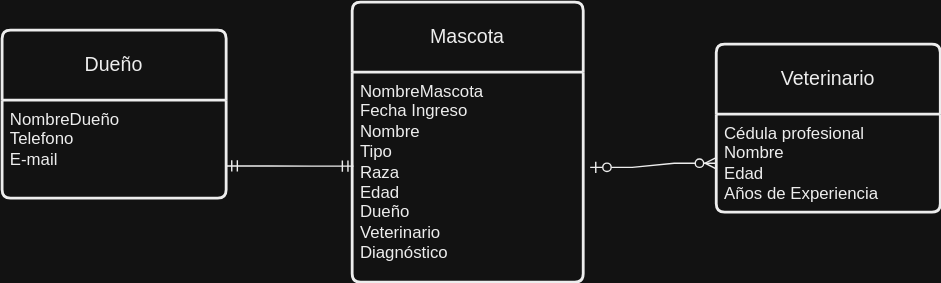
The draw.io diagram veterinariaHJ.svg in HandresJ/disenoSQL, before a commit. Source tidied: cells renumbered, new cells last; positions are measured from the earlier drawing's top-left corner, leaving out a move shared by most shapes.
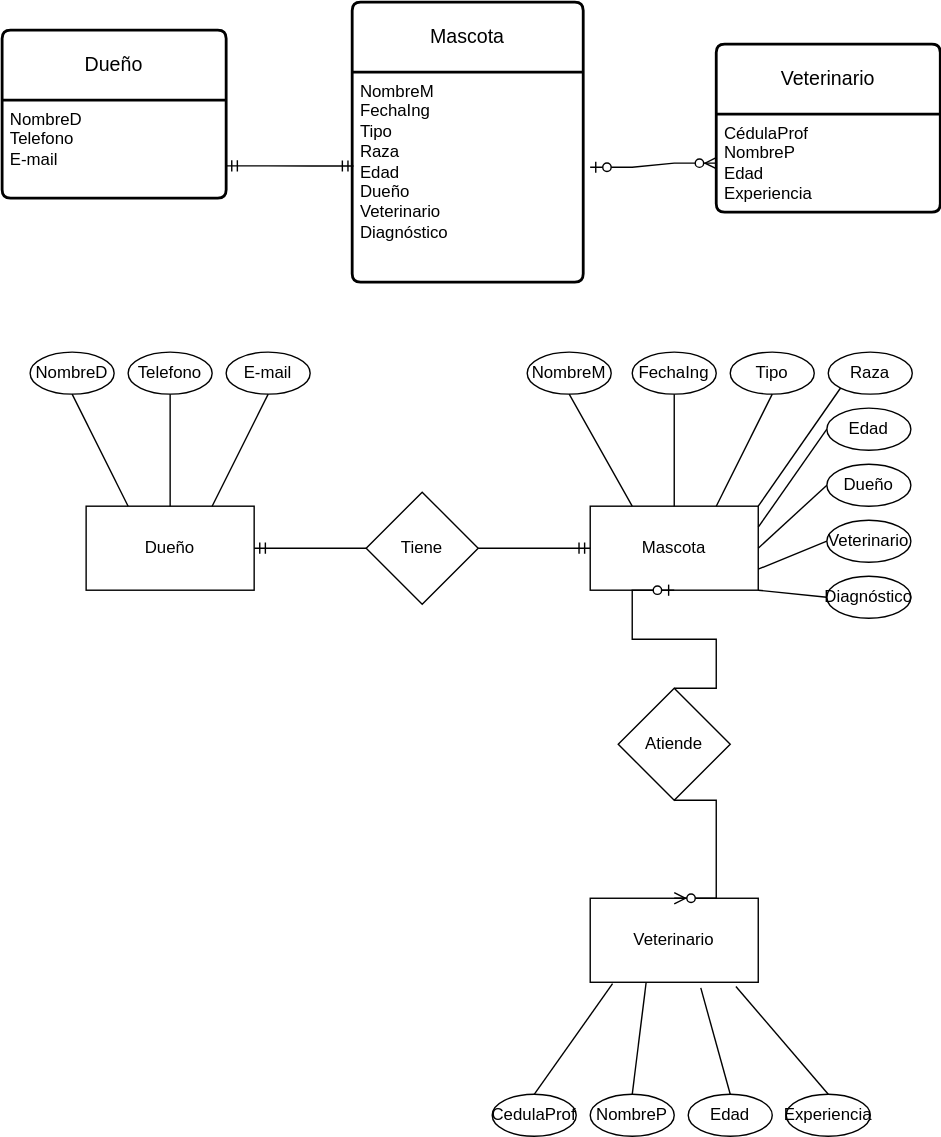
Above is the later version.

Change to the diagram source:
```diff
@@ -5,19 +5,19 @@
     <mxCell id="2" value="Dueño" style="swimlane;horizontal=1;startSize=50;rounded=1;fontSize=14;fontStyle=0;strokeWidth=2;shadow=0;dashed=0;align=center;arcSize=4;whiteSpace=wrap;html=1;" parent="1" vertex="1">
       <mxGeometry y="20" width="160" height="120" as="geometry" />
     </mxCell>
-    <mxCell id="3" value="NombreDueño&lt;br style=&quot;border-color: var(--border-color); padding: 0px; margin: 0px;&quot;&gt;Telefono&lt;br style=&quot;border-color: var(--border-color); padding: 0px; margin: 0px;&quot;&gt;E-mail" style="align=left;strokeColor=none;fillColor=none;spacingLeft=4;fontSize=12;verticalAlign=top;html=1;" parent="2" vertex="1">
+    <mxCell id="3" value="NombreD&lt;br&gt;Telefono&lt;br style=&quot;border-color: var(--border-color); padding: 0px; margin: 0px;&quot;&gt;E-mail" style="align=left;strokeColor=none;fillColor=none;spacingLeft=4;fontSize=12;verticalAlign=top;html=1;" parent="2" vertex="1">
       <mxGeometry y="50" width="160" height="70" as="geometry" />
     </mxCell>
     <mxCell id="4" value="Mascota" style="swimlane;horizontal=1;startSize=50;rounded=1;fontSize=14;fontStyle=0;strokeWidth=2;shadow=0;dashed=0;align=center;arcSize=4;whiteSpace=wrap;html=1;" parent="1" vertex="1">
       <mxGeometry x="250" width="165" height="200" as="geometry" />
     </mxCell>
-    <mxCell id="5" value="NombreMascota&lt;br style=&quot;border-color: var(--border-color); padding: 0px; margin: 0px;&quot;&gt;Fecha Ingreso&lt;br style=&quot;border-color: var(--border-color); padding: 0px; margin: 0px;&quot;&gt;Nombre&lt;br style=&quot;border-color: var(--border-color); padding: 0px; margin: 0px;&quot;&gt;Tipo&lt;br style=&quot;border-color: var(--border-color); padding: 0px; margin: 0px;&quot;&gt;Raza&lt;br style=&quot;border-color: var(--border-color); padding: 0px; margin: 0px;&quot;&gt;Edad&lt;br style=&quot;border-color: var(--border-color); padding: 0px; margin: 0px;&quot;&gt;Dueño&lt;br style=&quot;border-color: var(--border-color); padding: 0px; margin: 0px;&quot;&gt;Veterinario&lt;br style=&quot;border-color: var(--border-color); padding: 0px; margin: 0px;&quot;&gt;Diagnóstico" style="align=left;strokeColor=none;fillColor=none;spacingLeft=4;fontSize=12;verticalAlign=top;html=1;" parent="4" vertex="1">
+    <mxCell id="5" value="NombreM&lt;br style=&quot;border-color: var(--border-color); padding: 0px; margin: 0px;&quot;&gt;FechaIng&lt;br style=&quot;border-color: var(--border-color); padding: 0px; margin: 0px;&quot;&gt;Tipo&lt;br style=&quot;border-color: var(--border-color); padding: 0px; margin: 0px;&quot;&gt;Raza&lt;br style=&quot;border-color: var(--border-color); padding: 0px; margin: 0px;&quot;&gt;Edad&lt;br style=&quot;border-color: var(--border-color); padding: 0px; margin: 0px;&quot;&gt;Dueño&lt;br style=&quot;border-color: var(--border-color); padding: 0px; margin: 0px;&quot;&gt;Veterinario&lt;br style=&quot;border-color: var(--border-color); padding: 0px; margin: 0px;&quot;&gt;Diagnóstico" style="align=left;strokeColor=none;fillColor=none;spacingLeft=4;fontSize=12;verticalAlign=top;html=1;" parent="4" vertex="1">
       <mxGeometry y="50" width="165" height="150" as="geometry" />
     </mxCell>
     <mxCell id="6" value="Veterinario" style="swimlane;horizontal=1;startSize=50;rounded=1;fontSize=14;fontStyle=0;strokeWidth=2;shadow=0;dashed=0;align=center;arcSize=4;whiteSpace=wrap;html=1;" parent="1" vertex="1">
       <mxGeometry x="510" y="30" width="160" height="120" as="geometry" />
     </mxCell>
-    <mxCell id="7" value="Cédula profesional&lt;br style=&quot;border-color: var(--border-color); padding: 0px; margin: 0px;&quot;&gt;Nombre&lt;br style=&quot;border-color: var(--border-color); padding: 0px; margin: 0px;&quot;&gt;Edad&lt;br style=&quot;border-color: var(--border-color); padding: 0px; margin: 0px;&quot;&gt;Años de Experiencia" style="align=left;strokeColor=none;fillColor=none;spacingLeft=4;fontSize=12;verticalAlign=top;html=1;" parent="6" vertex="1">
+    <mxCell id="7" value="CédulaProf&lt;br style=&quot;border-color: var(--border-color); padding: 0px; margin: 0px;&quot;&gt;NombreP&lt;br style=&quot;border-color: var(--border-color); padding: 0px; margin: 0px;&quot;&gt;Edad&lt;br style=&quot;border-color: var(--border-color); padding: 0px; margin: 0px;&quot;&gt;Experiencia" style="align=left;strokeColor=none;fillColor=none;spacingLeft=4;fontSize=12;verticalAlign=top;html=1;" parent="6" vertex="1">
       <mxGeometry y="50" width="160" height="70" as="geometry" />
     </mxCell>
     <mxCell id="8" style="edgeStyle=entityRelationEdgeStyle;fontSize=12;html=1;endArrow=ERmandOne;startArrow=ERmandOne;rounded=0;entryX=0.006;entryY=0.447;entryDx=0;entryDy=0;entryPerimeter=0;exitX=1;exitY=0.671;exitDx=0;exitDy=0;exitPerimeter=0;" parent="1" edge="1" source="3" target="5">
@@ -26,5 +26,133 @@
     <mxCell id="9" style="edgeStyle=entityRelationEdgeStyle;fontSize=12;html=1;endArrow=ERzeroToMany;startArrow=ERzeroToOne;rounded=0;exitX=1.03;exitY=0.453;exitDx=0;exitDy=0;exitPerimeter=0;entryX=0;entryY=0.5;entryDx=0;entryDy=0;" parent="1" edge="1" source="5" target="7">
       <mxGeometry relative="1" as="geometry" />
     </mxCell>
+    <mxCell id="10" value="Dueño" style="rounded=0;whiteSpace=wrap;html=1;" parent="1" vertex="1">
+      <mxGeometry x="60" y="360" width="120" height="60" as="geometry" />
+    </mxCell>
+    <mxCell id="11" value="Tiene" style="rhombus;whiteSpace=wrap;html=1;" parent="1" vertex="1">
+      <mxGeometry x="260" y="350" width="80" height="80" as="geometry" />
+    </mxCell>
+    <mxCell id="12" value="Mascota" style="rounded=0;whiteSpace=wrap;html=1;" parent="1" vertex="1">
+      <mxGeometry x="420" y="360" width="120" height="60" as="geometry" />
+    </mxCell>
+    <mxCell id="13" value="Atiende" style="rhombus;whiteSpace=wrap;html=1;" parent="1" vertex="1">
+      <mxGeometry x="440" y="490" width="80" height="80" as="geometry" />
+    </mxCell>
+    <mxCell id="14" value="Veterinario" style="rounded=0;whiteSpace=wrap;html=1;" parent="1" vertex="1">
+      <mxGeometry x="420" y="640" width="120" height="60" as="geometry" />
+    </mxCell>
+    <mxCell id="15" value="NombreD" style="ellipse;whiteSpace=wrap;html=1;" parent="1" vertex="1">
+      <mxGeometry x="20" y="250" width="60" height="30" as="geometry" />
+    </mxCell>
+    <mxCell id="16" value="Telefono" style="ellipse;whiteSpace=wrap;html=1;" parent="1" vertex="1">
+      <mxGeometry x="90" y="250" width="60" height="30" as="geometry" />
+    </mxCell>
+    <mxCell id="17" value="E-mail" style="ellipse;whiteSpace=wrap;html=1;" parent="1" vertex="1">
+      <mxGeometry x="160" y="250" width="60" height="30" as="geometry" />
+    </mxCell>
+    <mxCell id="18" value="NombreP" style="ellipse;whiteSpace=wrap;html=1;" parent="1" vertex="1">
+      <mxGeometry x="420" y="780" width="60" height="30" as="geometry" />
+    </mxCell>
+    <mxCell id="19" value="Edad" style="ellipse;whiteSpace=wrap;html=1;" parent="1" vertex="1">
+      <mxGeometry x="490" y="780" width="60" height="30" as="geometry" />
+    </mxCell>
+    <mxCell id="20" value="Experiencia" style="ellipse;whiteSpace=wrap;html=1;" parent="1" vertex="1">
+      <mxGeometry x="560" y="780" width="60" height="30" as="geometry" />
+    </mxCell>
+    <mxCell id="21" value="CedulaProf" style="ellipse;whiteSpace=wrap;html=1;" parent="1" vertex="1">
+      <mxGeometry x="350" y="780" width="60" height="30" as="geometry" />
+    </mxCell>
+    <mxCell id="22" value="FechaIng" style="ellipse;whiteSpace=wrap;html=1;" parent="1" vertex="1">
+      <mxGeometry x="450" y="250" width="60" height="30" as="geometry" />
+    </mxCell>
+    <mxCell id="23" value="Tipo" style="ellipse;whiteSpace=wrap;html=1;" parent="1" vertex="1">
+      <mxGeometry x="520" y="250" width="60" height="30" as="geometry" />
+    </mxCell>
+    <mxCell id="24" value="Edad" style="ellipse;whiteSpace=wrap;html=1;" parent="1" vertex="1">
+      <mxGeometry x="589" y="290" width="60" height="30" as="geometry" />
+    </mxCell>
+    <mxCell id="25" value="Dueño" style="ellipse;whiteSpace=wrap;html=1;" parent="1" vertex="1">
+      <mxGeometry x="589" y="330" width="60" height="30" as="geometry" />
+    </mxCell>
+    <mxCell id="26" value="NombreM" style="ellipse;whiteSpace=wrap;html=1;" parent="1" vertex="1">
+      <mxGeometry x="375" y="250" width="60" height="30" as="geometry" />
+    </mxCell>
+    <mxCell id="27" value="Veterinario" style="ellipse;whiteSpace=wrap;html=1;" parent="1" vertex="1">
+      <mxGeometry x="589" y="370" width="60" height="30" as="geometry" />
+    </mxCell>
+    <mxCell id="28" value="Diagnóstico" style="ellipse;whiteSpace=wrap;html=1;" parent="1" vertex="1">
+      <mxGeometry x="589" y="410" width="60" height="30" as="geometry" />
+    </mxCell>
+    <mxCell id="29" value="Raza" style="ellipse;whiteSpace=wrap;html=1;" parent="1" vertex="1">
+      <mxGeometry x="590" y="250" width="60" height="30" as="geometry" />
+    </mxCell>
+    <mxCell id="30" style="endArrow=none;html=1;rounded=0;entryX=0.5;entryY=1;entryDx=0;entryDy=0;exitX=0.25;exitY=0;exitDx=0;exitDy=0;" parent="1" edge="1" source="10" target="15">
+      <mxGeometry relative="1" as="geometry" />
+    </mxCell>
+    <mxCell id="31" style="endArrow=none;html=1;rounded=0;entryX=0.5;entryY=1;entryDx=0;entryDy=0;exitX=0.5;exitY=0;exitDx=0;exitDy=0;" parent="1" edge="1" source="10" target="16">
+      <mxGeometry relative="1" as="geometry" />
+    </mxCell>
+    <mxCell id="32" style="endArrow=none;html=1;rounded=0;entryX=0.5;entryY=1;entryDx=0;entryDy=0;exitX=0.75;exitY=0;exitDx=0;exitDy=0;" parent="1" edge="1" source="10" target="17">
+      <mxGeometry relative="1" as="geometry" />
+    </mxCell>
+    <mxCell id="33" style="endArrow=none;html=1;rounded=0;entryX=0.133;entryY=1.017;entryDx=0;entryDy=0;entryPerimeter=0;exitX=0.5;exitY=0;exitDx=0;exitDy=0;" parent="1" edge="1" source="21" target="14">
+      <mxGeometry relative="1" as="geometry" />
+    </mxCell>
+    <mxCell id="34" style="endArrow=none;html=1;rounded=0;entryX=0.333;entryY=1;entryDx=0;entryDy=0;entryPerimeter=0;exitX=0.5;exitY=0;exitDx=0;exitDy=0;" parent="1" edge="1" source="18" target="14">
+      <mxGeometry relative="1" as="geometry" />
+    </mxCell>
+    <mxCell id="35" style="endArrow=none;html=1;rounded=0;entryX=0.658;entryY=1.067;entryDx=0;entryDy=0;entryPerimeter=0;exitX=0.5;exitY=0;exitDx=0;exitDy=0;" parent="1" edge="1" source="19" target="14">
+      <mxGeometry relative="1" as="geometry" />
+    </mxCell>
+    <mxCell id="36" style="endArrow=none;html=1;rounded=0;entryX=0.867;entryY=1.05;entryDx=0;entryDy=0;entryPerimeter=0;exitX=0.5;exitY=0;exitDx=0;exitDy=0;" parent="1" edge="1" source="20" target="14">
+      <mxGeometry relative="1" as="geometry" />
+    </mxCell>
+    <mxCell id="37" style="endArrow=none;html=1;rounded=0;entryX=0;entryY=1;entryDx=0;entryDy=0;exitX=1;exitY=0;exitDx=0;exitDy=0;" parent="1" edge="1" source="12" target="29">
+      <mxGeometry relative="1" as="geometry" />
+    </mxCell>
+    <mxCell id="38" style="endArrow=none;html=1;rounded=0;entryX=0;entryY=0.5;entryDx=0;entryDy=0;exitX=1;exitY=0.25;exitDx=0;exitDy=0;" parent="1" edge="1" source="12" target="24">
+      <mxGeometry relative="1" as="geometry" />
+    </mxCell>
+    <mxCell id="39" style="endArrow=none;html=1;rounded=0;entryX=0;entryY=0.5;entryDx=0;entryDy=0;exitX=1;exitY=0.5;exitDx=0;exitDy=0;" parent="1" edge="1" source="12" target="25">
+      <mxGeometry relative="1" as="geometry" />
+    </mxCell>
+    <mxCell id="40" style="endArrow=none;html=1;rounded=0;entryX=0;entryY=0.5;entryDx=0;entryDy=0;exitX=1;exitY=0.75;exitDx=0;exitDy=0;" parent="1" edge="1" source="12" target="27">
+      <mxGeometry relative="1" as="geometry" />
+    </mxCell>
+    <mxCell id="41" style="endArrow=none;html=1;rounded=0;entryX=0;entryY=0.5;entryDx=0;entryDy=0;exitX=1;exitY=1;exitDx=0;exitDy=0;" parent="1" edge="1" source="12" target="28">
+      <mxGeometry relative="1" as="geometry" />
+    </mxCell>
+    <mxCell id="42" style="endArrow=none;html=1;rounded=0;entryX=0.5;entryY=1;entryDx=0;entryDy=0;exitX=0.75;exitY=0;exitDx=0;exitDy=0;" parent="1" edge="1" source="12" target="23">
+      <mxGeometry relative="1" as="geometry" />
+    </mxCell>
+    <mxCell id="43" style="endArrow=none;html=1;rounded=0;entryX=0.5;entryY=1;entryDx=0;entryDy=0;exitX=0.5;exitY=0;exitDx=0;exitDy=0;" parent="1" edge="1" source="12" target="22">
+      <mxGeometry relative="1" as="geometry" />
+    </mxCell>
+    <mxCell id="44" style="endArrow=none;html=1;rounded=0;entryX=0.5;entryY=1;entryDx=0;entryDy=0;exitX=0.25;exitY=0;exitDx=0;exitDy=0;" parent="1" edge="1" source="12" target="26">
+      <mxGeometry relative="1" as="geometry" />
+    </mxCell>
+    <mxCell id="45" style="edgeStyle=entityRelationEdgeStyle;fontSize=12;html=1;endArrow=ERmandOne;rounded=0;entryX=1;entryY=0.5;entryDx=0;entryDy=0;exitX=0;exitY=0.5;exitDx=0;exitDy=0;" parent="1" edge="1" source="11" target="10">
+      <mxGeometry relative="1" as="geometry" />
+    </mxCell>
+    <mxCell id="46" style="edgeStyle=entityRelationEdgeStyle;fontSize=12;html=1;endArrow=ERmandOne;rounded=0;exitX=1;exitY=0.5;exitDx=0;exitDy=0;entryX=0;entryY=0.5;entryDx=0;entryDy=0;" parent="1" edge="1" source="11" target="12">
+      <mxGeometry relative="1" as="geometry" />
+    </mxCell>
+    <mxCell id="47" style="edgeStyle=entityRelationEdgeStyle;fontSize=12;html=1;endArrow=ERzeroToOne;endFill=1;rounded=0;entryX=0.5;entryY=1;entryDx=0;entryDy=0;exitX=0.5;exitY=0;exitDx=0;exitDy=0;" parent="1" edge="1">
+      <mxGeometry relative="1" as="geometry">
+        <mxPoint x="480" y="490" as="sourcePoint" />
+        <mxPoint x="480" y="420" as="targetPoint" />
+        <Array as="points">
+          <mxPoint x="480" y="460" />
+          <mxPoint x="440" y="500" />
+          <mxPoint x="500" y="450" />
+          <mxPoint x="530" y="450" />
+          <mxPoint x="500" y="440" />
+          <mxPoint x="420" y="480" />
+        </Array>
+      </mxGeometry>
+    </mxCell>
+    <mxCell id="48" style="edgeStyle=entityRelationEdgeStyle;fontSize=12;html=1;endArrow=ERzeroToMany;endFill=1;rounded=0;entryX=0.5;entryY=0;entryDx=0;entryDy=0;exitX=0.5;exitY=1;exitDx=0;exitDy=0;" parent="1" edge="1" source="13" target="14">
+      <mxGeometry relative="1" as="geometry" />
+    </mxCell>
   </root>
 </mxGraphModel>
```
